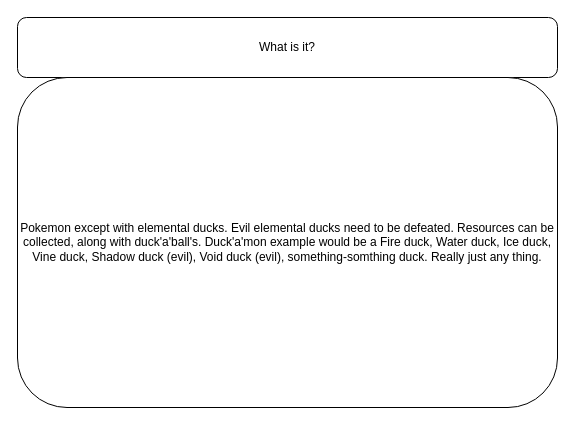
Earlier version of the draw.io diagram Duck'a'mon.drawio (cheeseEnthusiasts/ideas). Source tidied: cells renumbered, new cells numbered last; positions are measured from the earlier drawing's top-left corner, leaving out a move shared by most shapes. Both pictures are drawn from the tidied source at 100%, with x=0, y=0 at pixel (17, 17).
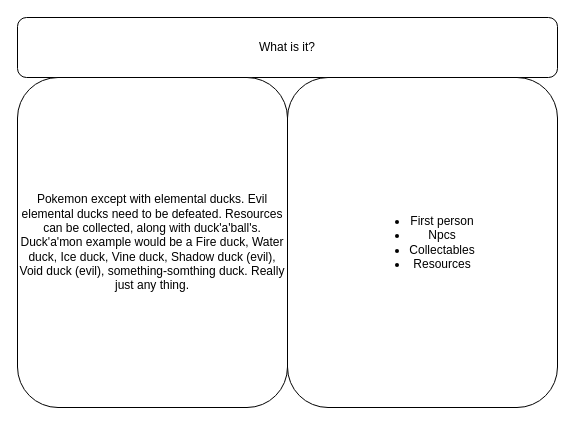
After the change.

Diff of the diagram source:
```diff
@@
 <mxGraphModel>
   <root>
     <mxCell id="0" />
     <mxCell id="1" parent="0" />
     <mxCell id="2" value="What is it?" style="rounded=1;whiteSpace=wrap;html=1;" parent="1" vertex="1">
       <mxGeometry width="540" height="60" as="geometry" />
     </mxCell>
     <mxCell id="3" value="Pokemon except with elemental ducks. Evil elemental ducks need to be defeated. Resources can be collected, along with duck'a'ball's. Duck'a'mon example would be a Fire duck, Water duck, Ice duck, Vine duck, Shadow duck (evil), Void duck (evil), something-somthing duck. Really just any thing." style="rounded=1;whiteSpace=wrap;html=1;align=center;" parent="1" vertex="1">
-      <mxGeometry y="60" width="540" height="330" as="geometry" />
+      <mxGeometry y="60" width="270" height="330" as="geometry" />
     </mxCell>
+    <mxCell id="4" value="&lt;ul&gt;&lt;li&gt;First person&lt;/li&gt;&lt;li&gt;Npcs&lt;br&gt;&lt;/li&gt;&lt;li&gt;Collectables&lt;/li&gt;&lt;li&gt;Resources&lt;/li&gt;&lt;/ul&gt;" style="rounded=1;whiteSpace=wrap;html=1;" parent="1" vertex="1">
+      <mxGeometry x="270" y="60" width="270" height="330" as="geometry" />
+    </mxCell>
   </root>
 </mxGraphModel>
```
